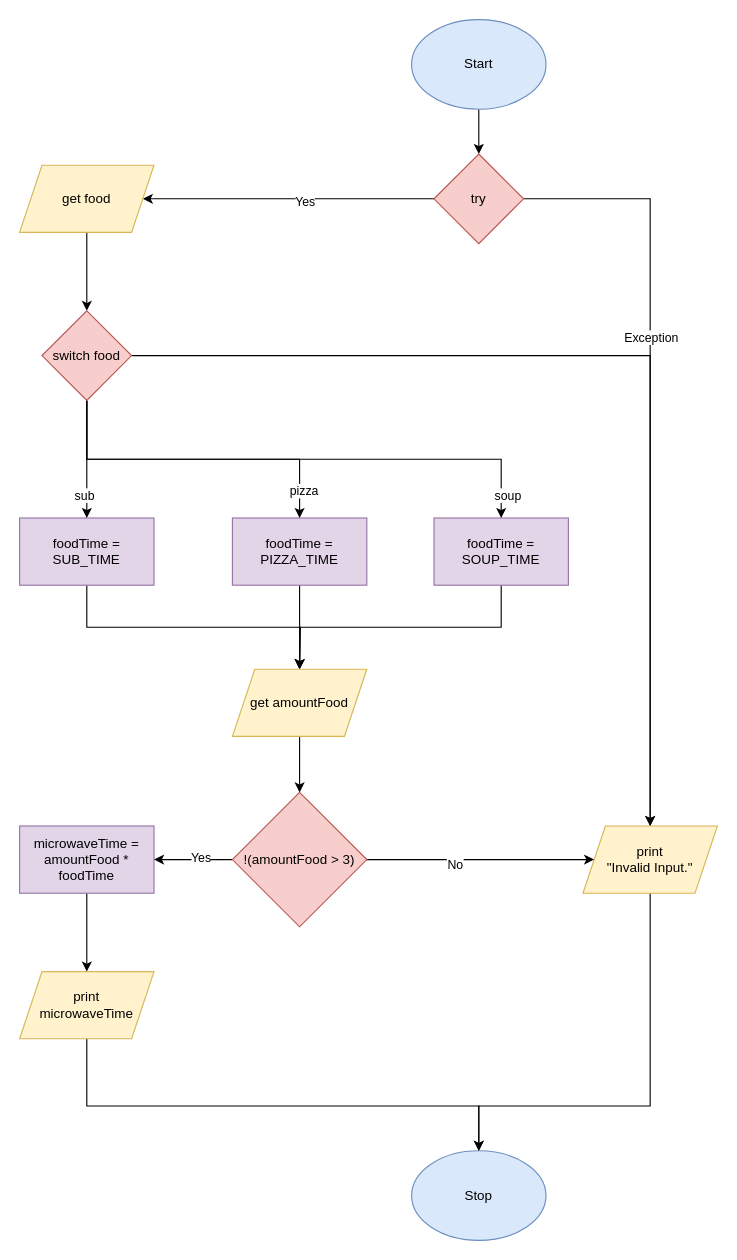
Before: flowshcart.drawio in Seti-Ngabo/ics4u-unit1-03-typescript, a draw.io diagram. Source tidied: cells renumbered, new cells numbered last; positions are measured from the earlier drawing's top-left corner, leaving out a move shared by most shapes. Both pictures are drawn from the tidied source at 112%, with x=0, y=0 at pixel (19, 19).
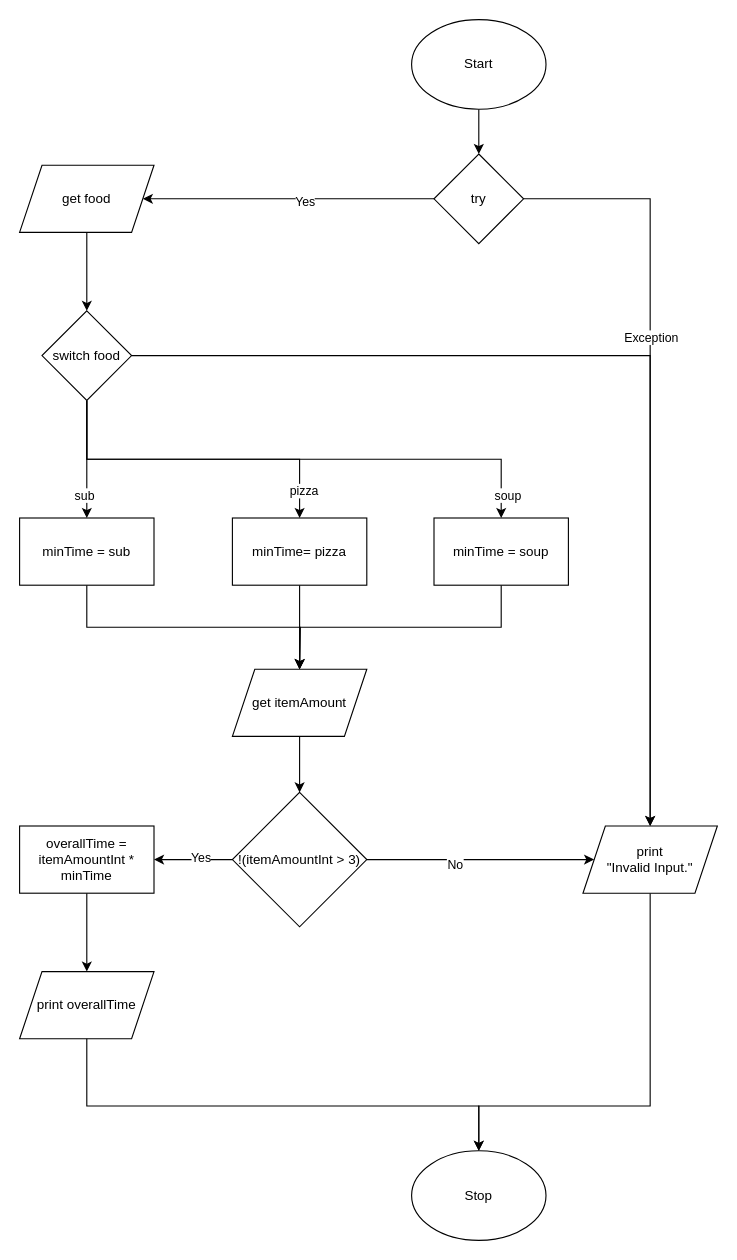
Above is the later version.

Diff of the diagram source:
```diff
@@
-    <mxCell id="2" style="edgeStyle=none;html=1;exitX=0.5;exitY=1;exitDx=0;exitDy=0;entryX=0.5;entryY=0;entryDx=0;entryDy=0;" parent="1" edge="1" source="3" target="9">
-      <mxGeometry relative="1" as="geometry" />
-    </mxCell>
+    <mxCell id="28" style="edgeStyle=none;html=1;exitX=0.5;exitY=1;exitDx=0;exitDy=0;entryX=0.5;entryY=0;entryDx=0;entryDy=0;fillColor=#FFFFFF;strokeColor=#000000;" parent="1" edge="1" source="3" target="9">
+      <mxGeometry relative="1" as="geometry" />
+    </mxCell>
-    <mxCell id="3" value="Start" style="ellipse;whiteSpace=wrap;html=1;fillColor=#dae8fc;strokeColor=#6c8ebf;" parent="1" vertex="1">
+    <mxCell id="3" value="Start" style="ellipse;whiteSpace=wrap;html=1;fillColor=#FFFFFF;strokeColor=#000000;" parent="1" vertex="1">
       <mxGeometry x="350" width="120" height="80" as="geometry" />
     </mxCell>
-    <mxCell id="4" value="Stop" style="ellipse;whiteSpace=wrap;html=1;fillColor=#dae8fc;strokeColor=#6c8ebf;" parent="1" vertex="1">
+    <mxCell id="4" value="Stop" style="ellipse;whiteSpace=wrap;html=1;fillColor=#FFFFFF;strokeColor=#000000;" parent="1" vertex="1">
       <mxGeometry x="350" y="1010" width="120" height="80" as="geometry" />
     </mxCell>
-    <mxCell id="5" style="edgeStyle=orthogonalEdgeStyle;rounded=0;html=1;exitX=1;exitY=0.5;exitDx=0;exitDy=0;entryX=0.5;entryY=0;entryDx=0;entryDy=0;" parent="1" edge="1" source="9" target="13">
+    <mxCell id="5" style="edgeStyle=orthogonalEdgeStyle;rounded=0;html=1;exitX=1;exitY=0.5;exitDx=0;exitDy=0;entryX=0.5;entryY=0;entryDx=0;entryDy=0;fillColor=#FFFFFF;strokeColor=#000000;" parent="1" edge="1" source="9" target="13">
       <mxGeometry relative="1" as="geometry" />
     </mxCell>
-    <mxCell id="6" value="Exception" style="edgeLabel;html=1;align=center;verticalAlign=middle;" parent="5" vertex="1">
+    <mxCell id="6" value="Exception" style="edgeLabel;html=1;align=center;verticalAlign=middle;fillColor=#FFFFFF;strokeColor=#000000;" parent="5" vertex="1">
       <mxGeometry x="-0.3" y="1" relative="1" as="geometry">
         <mxPoint x="-1" as="offset" />
       </mxGeometry>
     </mxCell>
-    <mxCell id="7" style="edgeStyle=orthogonalEdgeStyle;rounded=0;html=1;exitX=0;exitY=0.5;exitDx=0;exitDy=0;entryX=1;entryY=0.5;entryDx=0;entryDy=0;" parent="1" edge="1" source="9" target="11">
+    <mxCell id="7" style="edgeStyle=orthogonalEdgeStyle;rounded=0;html=1;exitX=0;exitY=0.5;exitDx=0;exitDy=0;entryX=1;entryY=0.5;entryDx=0;entryDy=0;fillColor=#FFFFFF;strokeColor=#000000;" parent="1" edge="1" source="9" target="11">
       <mxGeometry relative="1" as="geometry" />
     </mxCell>
-    <mxCell id="8" value="Yes" style="edgeLabel;html=1;align=center;verticalAlign=middle;" parent="7" vertex="1">
-      <mxGeometry x="-0.11" y="2" relative="1" as="geometry" />
-    </mxCell>
+    <mxCell id="39" value="Yes" style="edgeLabel;html=1;align=center;verticalAlign=middle;fillColor=#FFFFFF;strokeColor=#000000;" parent="7" vertex="1">
+      <mxGeometry x="-0.11" y="2" relative="1" as="geometry" />
+    </mxCell>
-    <mxCell id="9" value="try" style="rhombus;whiteSpace=wrap;html=1;fillColor=#f8cecc;strokeColor=#b85450;" parent="1" vertex="1">
+    <mxCell id="9" value="try" style="rhombus;whiteSpace=wrap;html=1;fillColor=#FFFFFF;strokeColor=#000000;" parent="1" vertex="1">
       <mxGeometry x="370" y="120" width="80" height="80" as="geometry" />
     </mxCell>
-    <mxCell id="10" style="edgeStyle=orthogonalEdgeStyle;rounded=0;html=1;exitX=0.5;exitY=1;exitDx=0;exitDy=0;entryX=0.5;entryY=0;entryDx=0;entryDy=0;" parent="1" edge="1" source="11" target="27">
+    <mxCell id="10" style="edgeStyle=orthogonalEdgeStyle;rounded=0;html=1;exitX=0.5;exitY=1;exitDx=0;exitDy=0;entryX=0.5;entryY=0;entryDx=0;entryDy=0;fillColor=#FFFFFF;strokeColor=#000000;" parent="1" edge="1" source="11" target="27">
       <mxGeometry relative="1" as="geometry" />
     </mxCell>
-    <mxCell id="11" value="get food" style="shape=parallelogram;perimeter=parallelogramPerimeter;whiteSpace=wrap;html=1;fixedSize=1;fillColor=#fff2cc;strokeColor=#d6b656;" parent="1" vertex="1">
+    <mxCell id="11" value="get food" style="shape=parallelogram;perimeter=parallelogramPerimeter;whiteSpace=wrap;html=1;fixedSize=1;fillColor=#FFFFFF;strokeColor=#000000;" parent="1" vertex="1">
       <mxGeometry y="130" width="120" height="60" as="geometry" />
     </mxCell>
-    <mxCell id="12" style="edgeStyle=orthogonalEdgeStyle;rounded=0;html=1;exitX=0.5;exitY=1;exitDx=0;exitDy=0;" parent="1" edge="1" source="13" target="4">
+    <mxCell id="12" style="edgeStyle=orthogonalEdgeStyle;rounded=0;html=1;exitX=0.5;exitY=1;exitDx=0;exitDy=0;fillColor=#FFFFFF;strokeColor=#000000;" parent="1" edge="1" source="13" target="4">
       <mxGeometry relative="1" as="geometry">
         <Array as="points">
           <mxPoint x="563" y="970" />
           <mxPoint x="410" y="970" />
         </Array>
       </mxGeometry>
     </mxCell>
-    <mxCell id="13" value="print &lt;br&gt;&quot;Invalid Input.&quot;" style="shape=parallelogram;perimeter=parallelogramPerimeter;whiteSpace=wrap;html=1;fixedSize=1;fillColor=#fff2cc;strokeColor=#d6b656;" parent="1" vertex="1">
+    <mxCell id="13" value="print &lt;br&gt;&quot;Invalid Input.&quot;" style="shape=parallelogram;perimeter=parallelogramPerimeter;whiteSpace=wrap;html=1;fixedSize=1;fillColor=#FFFFFF;strokeColor=#000000;" parent="1" vertex="1">
       <mxGeometry x="503" y="720" width="120" height="60" as="geometry" />
     </mxCell>
-    <mxCell id="14" style="edgeStyle=orthogonalEdgeStyle;rounded=0;html=1;exitX=0.5;exitY=1;exitDx=0;exitDy=0;" parent="1" edge="1" source="15">
-      <mxGeometry relative="1" as="geometry">
-        <mxPoint x="250" y="580" as="targetPoint" />
-      </mxGeometry>
-    </mxCell>
-    <mxCell id="15" value="foodTime = SUB_TIME" style="rounded=0;whiteSpace=wrap;html=1;fillColor=#e1d5e7;strokeColor=#9673a6;" parent="1" vertex="1">
-      <mxGeometry y="445" width="120" height="60" as="geometry" />
-    </mxCell>
-    <mxCell id="16" style="edgeStyle=orthogonalEdgeStyle;rounded=0;html=1;exitX=0.5;exitY=1;exitDx=0;exitDy=0;" parent="1" edge="1" source="17">
-      <mxGeometry relative="1" as="geometry">
-        <mxPoint x="250" y="580" as="targetPoint" />
-      </mxGeometry>
-    </mxCell>
-    <mxCell id="17" value="foodTime = PIZZA_TIME" style="rounded=0;whiteSpace=wrap;html=1;fillColor=#e1d5e7;strokeColor=#9673a6;" parent="1" vertex="1">
-      <mxGeometry x="190" y="445" width="120" height="60" as="geometry" />
-    </mxCell>
-    <mxCell id="18" style="edgeStyle=orthogonalEdgeStyle;rounded=0;html=1;exitX=0.5;exitY=1;exitDx=0;exitDy=0;" parent="1" edge="1" source="19">
-      <mxGeometry relative="1" as="geometry">
-        <mxPoint x="250" y="580" as="targetPoint" />
-      </mxGeometry>
-    </mxCell>
-    <mxCell id="19" value="foodTime = SOUP_TIME" style="rounded=0;whiteSpace=wrap;html=1;fillColor=#e1d5e7;strokeColor=#9673a6;" parent="1" vertex="1">
-      <mxGeometry x="370" y="445" width="120" height="60" as="geometry" />
-    </mxCell>
-    <mxCell id="20" style="edgeStyle=orthogonalEdgeStyle;rounded=0;html=1;exitX=0.5;exitY=1;exitDx=0;exitDy=0;" parent="1" edge="1" source="27" target="15">
-      <mxGeometry relative="1" as="geometry" />
-    </mxCell>
+    <mxCell id="40" style="edgeStyle=orthogonalEdgeStyle;rounded=0;html=1;exitX=0.5;exitY=1;exitDx=0;exitDy=0;fillColor=#FFFFFF;strokeColor=#000000;" parent="1" edge="1" source="41">
+      <mxGeometry relative="1" as="geometry">
+        <mxPoint x="250" y="580" as="targetPoint" />
+      </mxGeometry>
+    </mxCell>
+    <mxCell id="41" value="minTime = sub" style="rounded=0;whiteSpace=wrap;html=1;fillColor=#FFFFFF;strokeColor=#000000;" parent="1" vertex="1">
+      <mxGeometry y="445" width="120" height="60" as="geometry" />
+    </mxCell>
+    <mxCell id="42" style="edgeStyle=orthogonalEdgeStyle;rounded=0;html=1;exitX=0.5;exitY=1;exitDx=0;exitDy=0;fillColor=#FFFFFF;strokeColor=#000000;" parent="1" edge="1" source="43">
+      <mxGeometry relative="1" as="geometry">
+        <mxPoint x="250" y="580" as="targetPoint" />
+      </mxGeometry>
+    </mxCell>
+    <mxCell id="43" value="minTime= pizza" style="rounded=0;whiteSpace=wrap;html=1;fillColor=#FFFFFF;strokeColor=#000000;" parent="1" vertex="1">
+      <mxGeometry x="190" y="445" width="120" height="60" as="geometry" />
+    </mxCell>
+    <mxCell id="44" style="edgeStyle=orthogonalEdgeStyle;rounded=0;html=1;exitX=0.5;exitY=1;exitDx=0;exitDy=0;fillColor=#FFFFFF;strokeColor=#000000;" parent="1" edge="1" source="45">
+      <mxGeometry relative="1" as="geometry">
+        <mxPoint x="250" y="580" as="targetPoint" />
+      </mxGeometry>
+    </mxCell>
+    <mxCell id="45" value="minTime = soup" style="rounded=0;whiteSpace=wrap;html=1;fillColor=#FFFFFF;strokeColor=#000000;" parent="1" vertex="1">
+      <mxGeometry x="370" y="445" width="120" height="60" as="geometry" />
+    </mxCell>
+    <mxCell id="46" style="edgeStyle=orthogonalEdgeStyle;rounded=0;html=1;exitX=0.5;exitY=1;exitDx=0;exitDy=0;fillColor=#FFFFFF;strokeColor=#000000;" parent="1" edge="1" source="27" target="41">
+      <mxGeometry relative="1" as="geometry" />
+    </mxCell>
-    <mxCell id="21" value="sub" style="edgeLabel;html=1;align=center;verticalAlign=middle;" parent="20" vertex="1">
+    <mxCell id="21" value="sub" style="edgeLabel;html=1;align=center;verticalAlign=middle;fillColor=#FFFFFF;strokeColor=#000000;" parent="46" vertex="1">
       <mxGeometry x="0.6" y="-3" relative="1" as="geometry" />
     </mxCell>
-    <mxCell id="22" style="edgeStyle=orthogonalEdgeStyle;rounded=0;html=1;exitX=0.5;exitY=1;exitDx=0;exitDy=0;entryX=0.5;entryY=0;entryDx=0;entryDy=0;" parent="1" edge="1" source="27" target="17">
-      <mxGeometry relative="1" as="geometry" />
-    </mxCell>
+    <mxCell id="47" style="edgeStyle=orthogonalEdgeStyle;rounded=0;html=1;exitX=0.5;exitY=1;exitDx=0;exitDy=0;entryX=0.5;entryY=0;entryDx=0;entryDy=0;fillColor=#FFFFFF;strokeColor=#000000;" parent="1" edge="1" source="27" target="43">
+      <mxGeometry relative="1" as="geometry" />
+    </mxCell>
-    <mxCell id="23" value="pizza" style="edgeLabel;html=1;align=center;verticalAlign=middle;" parent="22" vertex="1">
+    <mxCell id="23" value="pizza" style="edgeLabel;html=1;align=center;verticalAlign=middle;fillColor=#FFFFFF;strokeColor=#000000;" parent="47" vertex="1">
       <mxGeometry x="0.83" y="3" relative="1" as="geometry" />
     </mxCell>
-    <mxCell id="24" style="edgeStyle=orthogonalEdgeStyle;rounded=0;html=1;exitX=0.5;exitY=1;exitDx=0;exitDy=0;" parent="1" edge="1" source="27" target="19">
-      <mxGeometry relative="1" as="geometry" />
-    </mxCell>
+    <mxCell id="48" style="edgeStyle=orthogonalEdgeStyle;rounded=0;html=1;exitX=0.5;exitY=1;exitDx=0;exitDy=0;fillColor=#FFFFFF;strokeColor=#000000;" parent="1" edge="1" source="27" target="45">
+      <mxGeometry relative="1" as="geometry" />
+    </mxCell>
-    <mxCell id="25" value="soup" style="edgeLabel;html=1;align=center;verticalAlign=middle;" parent="24" vertex="1">
+    <mxCell id="25" value="soup" style="edgeLabel;html=1;align=center;verticalAlign=middle;fillColor=#FFFFFF;strokeColor=#000000;" parent="48" vertex="1">
       <mxGeometry x="0.91" y="5" relative="1" as="geometry" />
     </mxCell>
-    <mxCell id="26" style="edgeStyle=orthogonalEdgeStyle;rounded=0;html=1;exitX=1;exitY=0.5;exitDx=0;exitDy=0;" parent="1" edge="1" source="27" target="13">
+    <mxCell id="26" style="edgeStyle=orthogonalEdgeStyle;rounded=0;html=1;exitX=1;exitY=0.5;exitDx=0;exitDy=0;fillColor=#FFFFFF;strokeColor=#000000;" parent="1" edge="1" source="27" target="13">
       <mxGeometry relative="1" as="geometry" />
     </mxCell>
-    <mxCell id="27" value="switch food" style="rhombus;whiteSpace=wrap;html=1;fillColor=#f8cecc;strokeColor=#b85450;" parent="1" vertex="1">
+    <mxCell id="27" value="switch food" style="rhombus;whiteSpace=wrap;html=1;fillColor=#FFFFFF;strokeColor=#000000;" parent="1" vertex="1">
       <mxGeometry x="20" y="260" width="80" height="80" as="geometry" />
     </mxCell>
-    <mxCell id="28" style="edgeStyle=orthogonalEdgeStyle;rounded=0;html=1;exitX=1;exitY=0.5;exitDx=0;exitDy=0;entryX=0.5;entryY=0;entryDx=0;entryDy=0;" parent="1" edge="1" source="29" target="4">
-      <mxGeometry relative="1" as="geometry">
-        <Array as="points">
-          <mxPoint x="60" y="880" />
-          <mxPoint x="60" y="970" />
-          <mxPoint x="410" y="970" />
-        </Array>
-      </mxGeometry>
-    </mxCell>
-    <mxCell id="29" value="print &lt;br&gt;microwaveTime" style="shape=parallelogram;perimeter=parallelogramPerimeter;whiteSpace=wrap;html=1;fixedSize=1;fillColor=#fff2cc;strokeColor=#d6b656;" parent="1" vertex="1">
-      <mxGeometry y="850" width="120" height="60" as="geometry" />
-    </mxCell>
-    <mxCell id="30" style="edgeStyle=orthogonalEdgeStyle;rounded=0;html=1;exitX=0.5;exitY=1;exitDx=0;exitDy=0;entryX=0.5;entryY=0;entryDx=0;entryDy=0;" parent="1" edge="1" source="31" target="29">
-      <mxGeometry relative="1" as="geometry" />
-    </mxCell>
-    <mxCell id="31" value="microwaveTime = amountFood * foodTime" style="rounded=0;whiteSpace=wrap;html=1;fillColor=#e1d5e7;strokeColor=#9673a6;" parent="1" vertex="1">
-      <mxGeometry y="720" width="120" height="60" as="geometry" />
-    </mxCell>
-    <mxCell id="32" style="edgeStyle=orthogonalEdgeStyle;rounded=0;html=1;exitX=0.5;exitY=1;exitDx=0;exitDy=0;entryX=0.5;entryY=0;entryDx=0;entryDy=0;" parent="1" edge="1" source="33" target="38">
-      <mxGeometry relative="1" as="geometry" />
-    </mxCell>
-    <mxCell id="33" value="get amountFood" style="shape=parallelogram;perimeter=parallelogramPerimeter;whiteSpace=wrap;html=1;fixedSize=1;fillColor=#fff2cc;strokeColor=#d6b656;" parent="1" vertex="1">
-      <mxGeometry x="190" y="580" width="120" height="60" as="geometry" />
-    </mxCell>
-    <mxCell id="34" style="edgeStyle=orthogonalEdgeStyle;rounded=0;html=1;exitX=1;exitY=0.5;exitDx=0;exitDy=0;" parent="1" edge="1" source="38" target="13">
-      <mxGeometry relative="1" as="geometry" />
-    </mxCell>
+    <mxCell id="49" style="edgeStyle=orthogonalEdgeStyle;rounded=0;html=1;exitX=1;exitY=0.5;exitDx=0;exitDy=0;entryX=0.5;entryY=0;entryDx=0;entryDy=0;fillColor=#FFFFFF;strokeColor=#000000;" parent="1" edge="1" source="50" target="4">
+      <mxGeometry relative="1" as="geometry">
+        <Array as="points">
+          <mxPoint x="60" y="880" />
+          <mxPoint x="60" y="970" />
+          <mxPoint x="410" y="970" />
+        </Array>
+      </mxGeometry>
+    </mxCell>
+    <mxCell id="50" value="print overallTime" style="shape=parallelogram;perimeter=parallelogramPerimeter;whiteSpace=wrap;html=1;fixedSize=1;fillColor=#FFFFFF;strokeColor=#000000;" parent="1" vertex="1">
+      <mxGeometry y="850" width="120" height="60" as="geometry" />
+    </mxCell>
+    <mxCell id="51" style="edgeStyle=orthogonalEdgeStyle;rounded=0;html=1;exitX=0.5;exitY=1;exitDx=0;exitDy=0;entryX=0.5;entryY=0;entryDx=0;entryDy=0;fillColor=#FFFFFF;strokeColor=#000000;" parent="1" edge="1" source="52" target="50">
+      <mxGeometry relative="1" as="geometry" />
+    </mxCell>
+    <mxCell id="52" value="overallTime = itemAmountInt * minTime" style="rounded=0;whiteSpace=wrap;html=1;fillColor=#FFFFFF;strokeColor=#000000;" parent="1" vertex="1">
+      <mxGeometry y="720" width="120" height="60" as="geometry" />
+    </mxCell>
+    <mxCell id="53" style="edgeStyle=orthogonalEdgeStyle;rounded=0;html=1;exitX=0.5;exitY=1;exitDx=0;exitDy=0;entryX=0.5;entryY=0;entryDx=0;entryDy=0;fillColor=#FFFFFF;strokeColor=#000000;" parent="1" edge="1" source="54" target="58">
+      <mxGeometry relative="1" as="geometry" />
+    </mxCell>
+    <mxCell id="54" value="get itemAmount" style="shape=parallelogram;perimeter=parallelogramPerimeter;whiteSpace=wrap;html=1;fixedSize=1;fillColor=#FFFFFF;strokeColor=#000000;" parent="1" vertex="1">
+      <mxGeometry x="190" y="580" width="120" height="60" as="geometry" />
+    </mxCell>
+    <mxCell id="55" style="edgeStyle=orthogonalEdgeStyle;rounded=0;html=1;exitX=1;exitY=0.5;exitDx=0;exitDy=0;fillColor=#FFFFFF;strokeColor=#000000;" parent="1" edge="1" source="58" target="13">
+      <mxGeometry relative="1" as="geometry" />
+    </mxCell>
-    <mxCell id="35" value="No" style="edgeLabel;html=1;align=center;verticalAlign=middle;" parent="34" vertex="1">
+    <mxCell id="35" value="No" style="edgeLabel;html=1;align=center;verticalAlign=middle;fillColor=#FFFFFF;strokeColor=#000000;" parent="55" vertex="1">
       <mxGeometry x="-0.24" y="-4" relative="1" as="geometry">
         <mxPoint x="1" as="offset" />
       </mxGeometry>
     </mxCell>
-    <mxCell id="36" style="edgeStyle=orthogonalEdgeStyle;rounded=0;html=1;exitX=0;exitY=0.5;exitDx=0;exitDy=0;entryX=1;entryY=0.5;entryDx=0;entryDy=0;" parent="1" edge="1" source="38" target="31">
-      <mxGeometry relative="1" as="geometry" />
-    </mxCell>
-    <mxCell id="37" value="Yes" style="edgeLabel;html=1;align=center;verticalAlign=middle;" parent="36" vertex="1">
-      <mxGeometry x="-0.17" y="-2" relative="1" as="geometry" />
-    </mxCell>
-    <mxCell id="38" value="!(amountFood &amp;gt; 3)" style="rhombus;whiteSpace=wrap;html=1;fillColor=#f8cecc;strokeColor=#b85450;" parent="1" vertex="1">
-      <mxGeometry x="190" y="690" width="120" height="120" as="geometry" />
-    </mxCell>
+    <mxCell id="56" style="edgeStyle=orthogonalEdgeStyle;rounded=0;html=1;exitX=0;exitY=0.5;exitDx=0;exitDy=0;entryX=1;entryY=0.5;entryDx=0;entryDy=0;fillColor=#FFFFFF;strokeColor=#000000;" parent="1" edge="1" source="58" target="52">
+      <mxGeometry relative="1" as="geometry" />
+    </mxCell>
+    <mxCell id="57" value="Yes" style="edgeLabel;html=1;align=center;verticalAlign=middle;fillColor=#FFFFFF;strokeColor=#000000;" parent="56" vertex="1">
+      <mxGeometry x="-0.17" y="-2" relative="1" as="geometry" />
+    </mxCell>
+    <mxCell id="58" value="!(itemAmountInt &amp;gt; 3)" style="rhombus;whiteSpace=wrap;html=1;fillColor=#FFFFFF;strokeColor=#000000;" parent="1" vertex="1">
+      <mxGeometry x="190" y="690" width="120" height="120" as="geometry" />
+    </mxCell>
```
